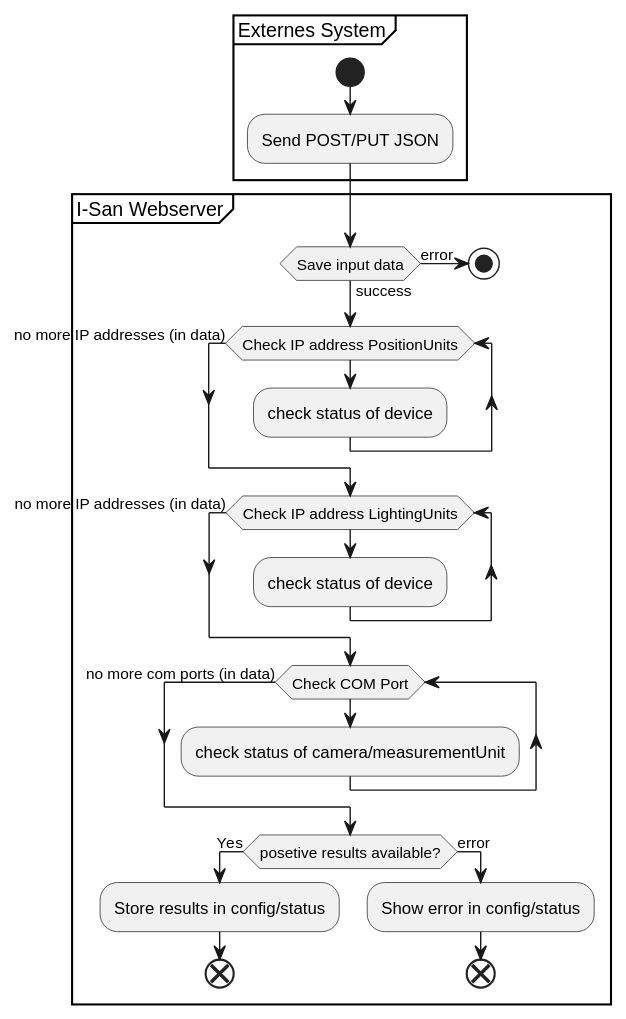
Above: docs/diagram/FlowDiagrams_API_Webserver/device Config.svg in Nr44suessauer/I-Scan (PlantUML), before the change.
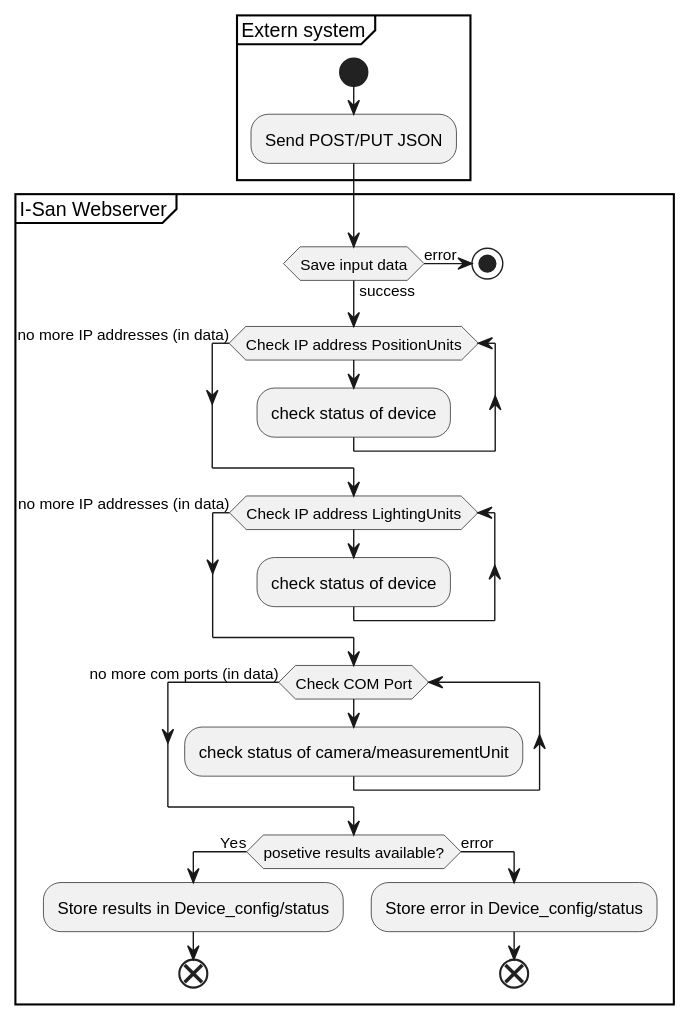
Later version of the same file.

Commit message:
update diagram scan config

The edit, as a diff of the source:
```diff
@@ -1,5 +1,5 @@
 @startuml
-partition "Externes System" {
+partition "Extern system" {
     start
     :Send POST/PUT JSON;
 }
@@ -23,10 +23,10 @@
 
 endwhile (no more com ports (in data))
 if (posetive results available?) then (Yes)
-    :Store results in config/status;
+    :Store results in Device_config/status;
     end
 
 else (error)
-    :Show error in config/status;
+    :Store error in Device_config/status;
 end
 @enduml
```
